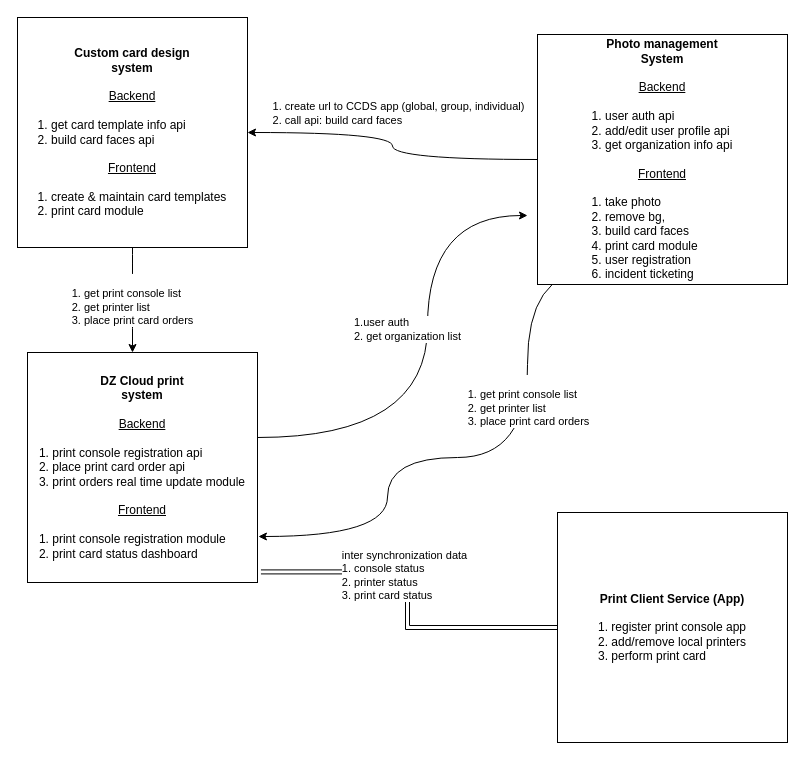
Earlier version of the draw.io diagram page "overview" (1 of 4) of SmartPhotoID.drawio (delphihero/MyDocument). Source tidied: cells renumbered, new cells numbered last; positions are measured from the earlier drawing's top-left corner, leaving out a move shared by most shapes. Both pictures are drawn from the tidied source at 100%, with x=0, y=0 at pixel (17, 17).
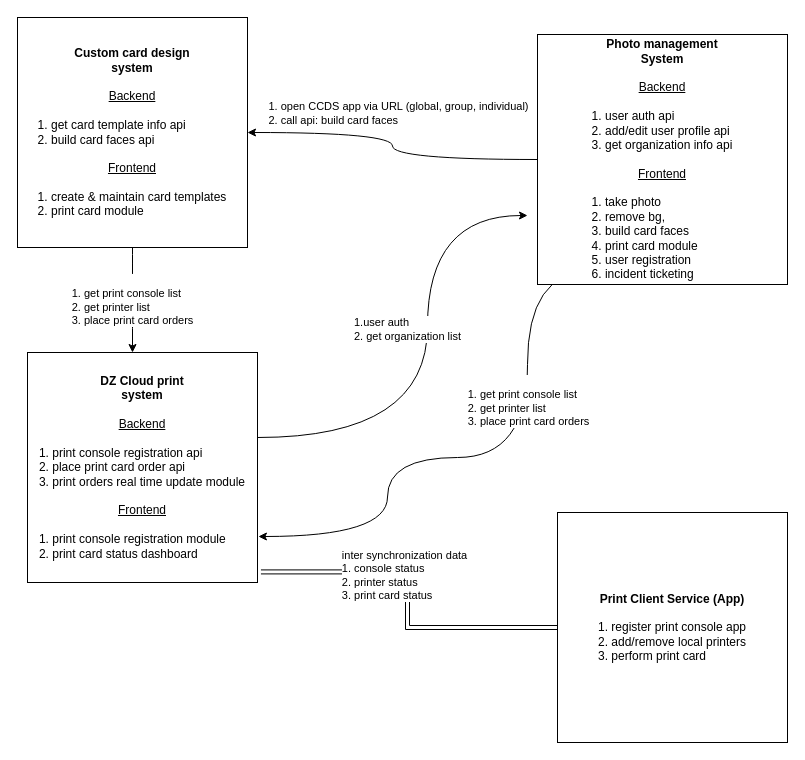
After the change.

The change refers to these unchanged cells:
```xml
<mxCell id="2" style="edgeStyle=orthogonalEdgeStyle;curved=1;rounded=0;jettySize=auto;html=1;entryX=1;entryY=0.5;entryDx=0;entryDy=0;" parent="1" edge="1" source="6" target="8">
  <mxGeometry relative="1" as="geometry" />
</mxCell>
```

Change to the diagram source:
```diff
@@
-    <mxCell id="3" value="&lt;div align=&quot;left&quot;&gt;1. create url to CCDS app (global, group, individual)&lt;br&gt;&lt;/div&gt;&lt;div align=&quot;left&quot;&gt;2. call api: build card faces&lt;br&gt;&lt;/div&gt;" style="edgeLabel;html=1;align=center;verticalAlign=middle;" parent="2" vertex="1">
+    <mxCell id="3" value="&lt;div align=&quot;left&quot;&gt;1. open CCDS app via URL (global, group, individual)&lt;br&gt;&lt;/div&gt;&lt;div align=&quot;left&quot;&gt;2. call api: build card faces&lt;br&gt;&lt;/div&gt;" style="edgeLabel;html=1;align=center;verticalAlign=middle;" parent="2" vertex="1">
       <mxGeometry x="0.21" y="4" relative="1" as="geometry">
         <mxPoint x="25" y="-24" as="offset" />
       </mxGeometry>
     </mxCell>
```
